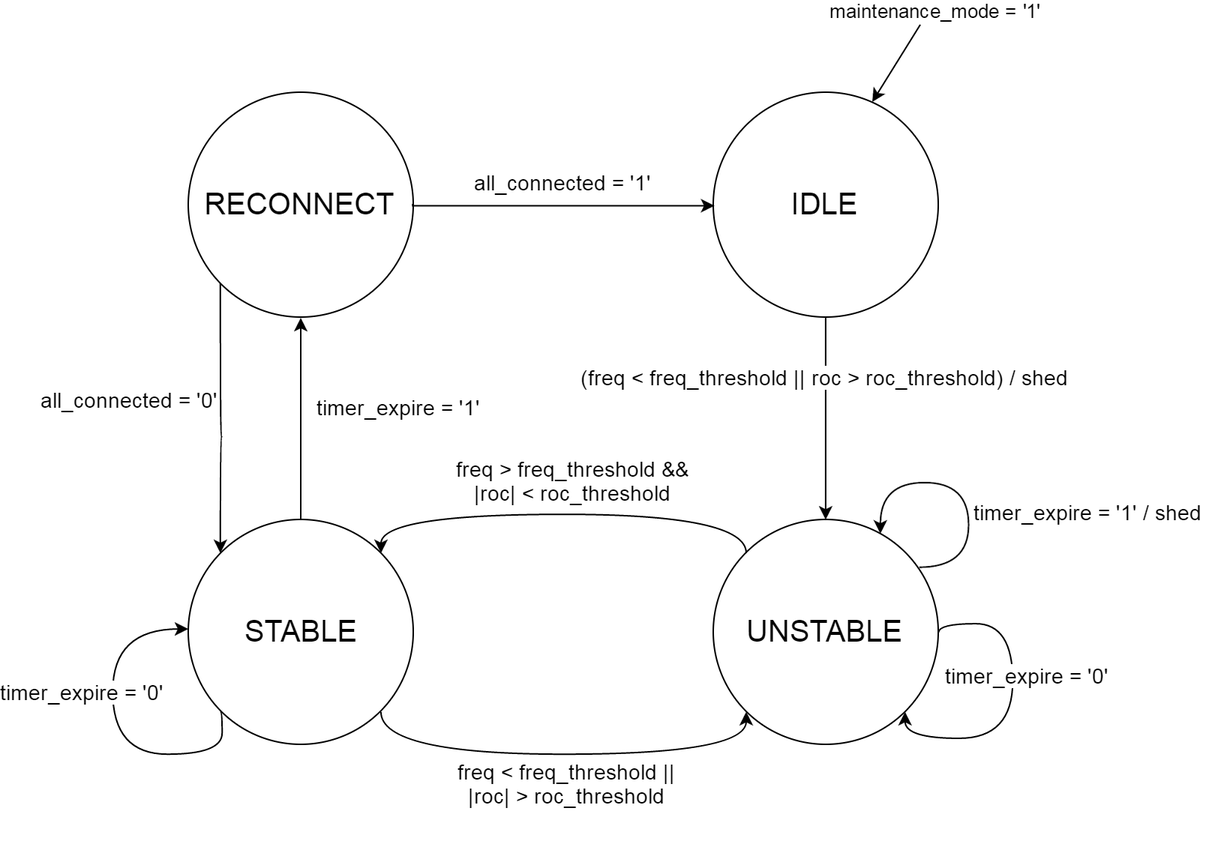
Earlier version of the draw.io export Load Manager Task FSM.png (szha215/cs723-freertos-frequency-relay). Source tidied: cells renumbered, new cells last; positions are measured from the earlier drawing's top-left corner, leaving out a move shared by most shapes.
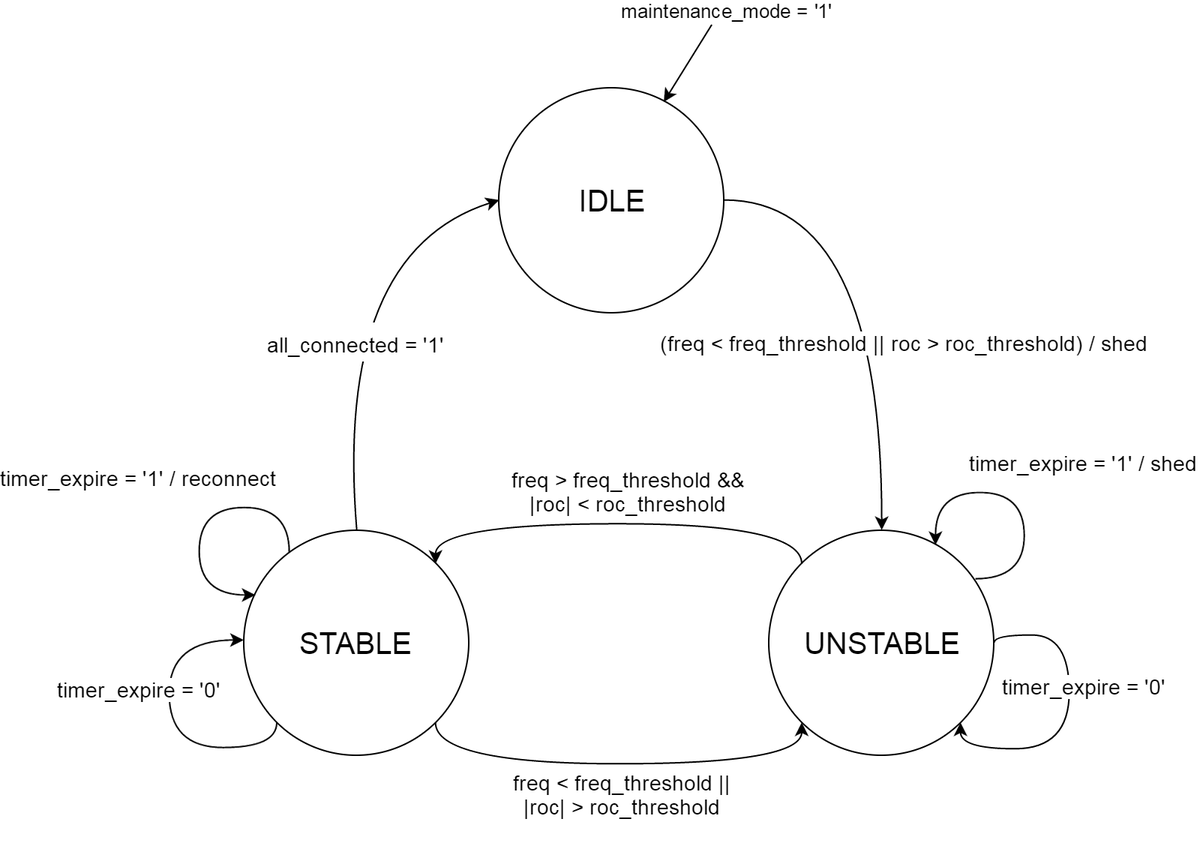
After the change.

What changed in the source:
```diff
@@ -3,14 +3,25 @@
     <mxCell id="0" style="html=1;" />
     <mxCell id="1" style="html=1;" parent="0" />
     <mxCell id="2" value="&lt;font style=&quot;font-size: 20px&quot;&gt;IDLE&lt;/font&gt;" style="ellipse;whiteSpace=wrap;html=1;" parent="1" vertex="1">
-      <mxGeometry x="400" y="45" width="150" height="150" as="geometry" />
+      <mxGeometry x="220" y="35" width="150" height="150" as="geometry" />
     </mxCell>
     <mxCell id="3" value="&lt;font style=&quot;font-size: 20px&quot;&gt;UNSTABLE&lt;/font&gt;" style="ellipse;whiteSpace=wrap;html=1;" parent="1" vertex="1">
       <mxGeometry x="400" y="330" width="150" height="150" as="geometry" />
     </mxCell>
-    <mxCell id="4" value="&lt;div&gt;&lt;font style=&quot;font-size: 14px&quot;&gt;(freq &amp;lt; freq_threshold || roc &amp;gt; roc_threshold) / shed&lt;/font&gt;&lt;/div&gt;" style="edgeStyle=orthogonalEdgeStyle;rounded=0;html=1;exitX=0.5;exitY=1;entryX=0.5;entryY=0;jettySize=auto;" parent="1" edge="1" source="2" target="3">
-      <mxGeometry x="-0.41" relative="1" as="geometry" />
+    <mxCell id="4" value="&lt;div&gt;&lt;font style=&quot;font-size: 14px&quot;&gt;(freq &amp;lt; freq_threshold || roc &amp;gt; roc_threshold) / shed&lt;/font&gt;&lt;/div&gt;" style="edgeStyle=orthogonalEdgeStyle;html=1;exitX=1;exitY=0.5;entryX=0.5;entryY=0;jettySize=auto;curved=1;" parent="1" edge="1" source="2" target="3">
+      <mxGeometry x="0.23" y="15" relative="1" as="geometry">
+        <Array as="points">
+          <mxPoint x="475" y="110" />
+        </Array>
+      </mxGeometry>
     </mxCell>
+    <mxCell id="12" value="&lt;font color=&quot;#000000&quot; style=&quot;font-size: 14px&quot;&gt;all_connected = '1'&lt;/font&gt;" style="edgeStyle=none;html=1;exitX=0.5;exitY=0;entryX=0;entryY=0.5;startArrow=none;startFill=0;endArrow=classic;endFill=1;jettySize=auto;strokeColor=#000000;strokeWidth=1;fontSize=22;fontColor=#B85450;curved=1;" parent="1" edge="1" source="5" target="2">
+      <mxGeometry x="-0.17" y="-10" relative="1" as="geometry">
+        <Array as="points">
+          <mxPoint x="110" y="145" />
+        </Array>
+      </mxGeometry>
+    </mxCell>
     <mxCell id="5" value="&lt;font style=&quot;font-size: 20px&quot;&gt;STABLE&lt;/font&gt;" style="ellipse;whiteSpace=wrap;html=1;" parent="1" vertex="1">
       <mxGeometry x="50" y="330" width="150" height="150" as="geometry" />
     </mxCell>
@@ -36,41 +47,24 @@
     <mxCell id="9" value="&lt;div align=&quot;center&quot;&gt;&lt;font style=&quot;font-size: 14px&quot;&gt;freq&amp;nbsp;&amp;lt; freq_threshold&amp;nbsp;||&lt;/font&gt;&lt;/div&gt;&lt;div align=&quot;center&quot;&gt;&lt;font style=&quot;font-size: 14px&quot;&gt;|roc|&amp;nbsp;&amp;gt; roc_threshold&lt;/font&gt;&lt;/div&gt;" style="text;html=1;" parent="1" vertex="1">
       <mxGeometry x="228" y="484" width="260" height="70" as="geometry" />
     </mxCell>
-    <mxCell id="10" value="&lt;font style=&quot;font-size: 20px&quot;&gt;RECONNECT&lt;/font&gt;" style="ellipse;whiteSpace=wrap;html=1;" parent="1" vertex="1">
-      <mxGeometry x="50" y="45" width="150" height="150" as="geometry" />
-    </mxCell>
-    <mxCell id="11" value="&lt;font style=&quot;font-size: 14px&quot;&gt;timer_expire = '1'&lt;/font&gt;" style="edgeStyle=orthogonalEdgeStyle;curved=1;html=1;exitX=0.5;exitY=0;entryX=0.5;entryY=1;jettySize=auto;orthogonalLoop=1;" parent="1" edge="1">
-      <mxGeometry x="0.12" y="-65" relative="1" as="geometry">
-        <mxPoint x="125" y="330.5" as="sourcePoint" />
-        <mxPoint x="125" y="195.5" as="targetPoint" />
+    <mxCell id="11" value="&lt;font style=&quot;font-size: 14px&quot;&gt;timer_expire = '1' / reconnect&lt;/font&gt;" style="edgeStyle=orthogonalEdgeStyle;curved=1;html=1;entryX=0.053;entryY=0.287;jettySize=auto;orthogonalLoop=1;entryPerimeter=0;" parent="1" edge="1" source="5" target="5">
+      <mxGeometry x="-0.03" y="-45" relative="1" as="geometry">
+        <Array as="points">
+          <mxPoint x="80" y="315" />
+          <mxPoint x="20" y="315" />
+          <mxPoint x="20" y="373" />
+        </Array>
+        <mxPoint x="5" y="-20" as="offset" />
       </mxGeometry>
     </mxCell>
-    <mxCell id="12" value="&lt;font style=&quot;font-size: 14px&quot;&gt;all_connected = '1'&lt;/font&gt;" style="edgeStyle=orthogonalEdgeStyle;html=1;exitX=1;exitY=0.5;jettySize=auto;rounded=0;" parent="1" edge="1" source="10">
-      <mxGeometry y="16" relative="1" as="geometry">
-        <mxPoint x="401" y="121" as="targetPoint" />
-        <Array as="points">
-          <mxPoint x="200" y="121" />
-          <mxPoint x="401" y="121" />
-        </Array>
-      </mxGeometry>
-    </mxCell>
-    <mxCell id="13" value="&lt;font style=&quot;font-size: 14px&quot;&gt;all_connected = '0'&lt;/font&gt;" style="edgeStyle=orthogonalEdgeStyle;curved=1;html=1;exitX=0;exitY=1;entryX=0;entryY=0;jettySize=auto;" parent="1" edge="1" source="10" target="5">
-      <mxGeometry x="-0.17" y="-60" relative="1" as="geometry">
-        <Array as="points">
-          <mxPoint x="72" y="275" />
-          <mxPoint x="72" y="275" />
-        </Array>
-        <mxPoint y="1" as="offset" />
-      </mxGeometry>
-    </mxCell>
     <mxCell id="14" value="&lt;font style=&quot;font-size: 14px&quot;&gt;timer_expire = '1' / shed&lt;/font&gt;" style="edgeStyle=orthogonalEdgeStyle;curved=1;html=1;exitX=0.917;exitY=0.215;entryX=0.74;entryY=0.063;jettySize=auto;orthogonalLoop=1;entryPerimeter=0;exitPerimeter=0;" parent="1" edge="1" source="3" target="3">
-      <mxGeometry x="-0.02" y="82" relative="1" as="geometry">
+      <mxGeometry x="-0.02" y="-44" relative="1" as="geometry">
         <Array as="points">
           <mxPoint x="570" y="362" />
           <mxPoint x="570" y="305" />
           <mxPoint x="511" y="305" />
         </Array>
-        <mxPoint x="80" y="-62" as="offset" />
+        <mxPoint x="40" y="24" as="offset" />
       </mxGeometry>
     </mxCell>
     <mxCell id="15" value="&lt;font style=&quot;font-size: 14px&quot;&gt;timer_expire = '0'&lt;/font&gt;" style="edgeStyle=orthogonalEdgeStyle;curved=1;html=1;exitX=1;exitY=0.5;entryX=1;entryY=1;jettySize=auto;orthogonalLoop=1;" parent="1" edge="1" source="3" target="3">
@@ -86,16 +80,16 @@
     <mxCell id="16" value="&lt;font style=&quot;font-size: 14px&quot;&gt;timer_expire = '0'&lt;/font&gt;" style="edgeStyle=orthogonalEdgeStyle;curved=1;html=1;exitX=0;exitY=1;jettySize=auto;orthogonalLoop=1;" parent="1" edge="1" source="5" target="5">
       <mxGeometry x="0.21" y="20" relative="1" as="geometry">
         <Array as="points">
-          <mxPoint x="72" y="486" />
-          <mxPoint y="486" />
+          <mxPoint x="72" y="475" />
+          <mxPoint y="475" />
           <mxPoint y="403" />
         </Array>
       </mxGeometry>
     </mxCell>
     <mxCell id="17" value="&lt;font style=&quot;font-size: 13px&quot;&gt;maintenance_mode = '1'&lt;/font&gt;" style="endArrow=classic;html=1;entryX=1;entryY=0;" parent="1" edge="1">
       <mxGeometry x="-1" y="14" relative="1" as="geometry">
-        <mxPoint x="538" as="sourcePoint" />
-        <mxPoint x="506" y="51.5" as="targetPoint" />
+        <mxPoint x="362" y="-7" as="sourcePoint" />
+        <mxPoint x="330" y="44.5" as="targetPoint" />
         <mxPoint x="-2" y="-17" as="offset" />
       </mxGeometry>
     </mxCell>
```
